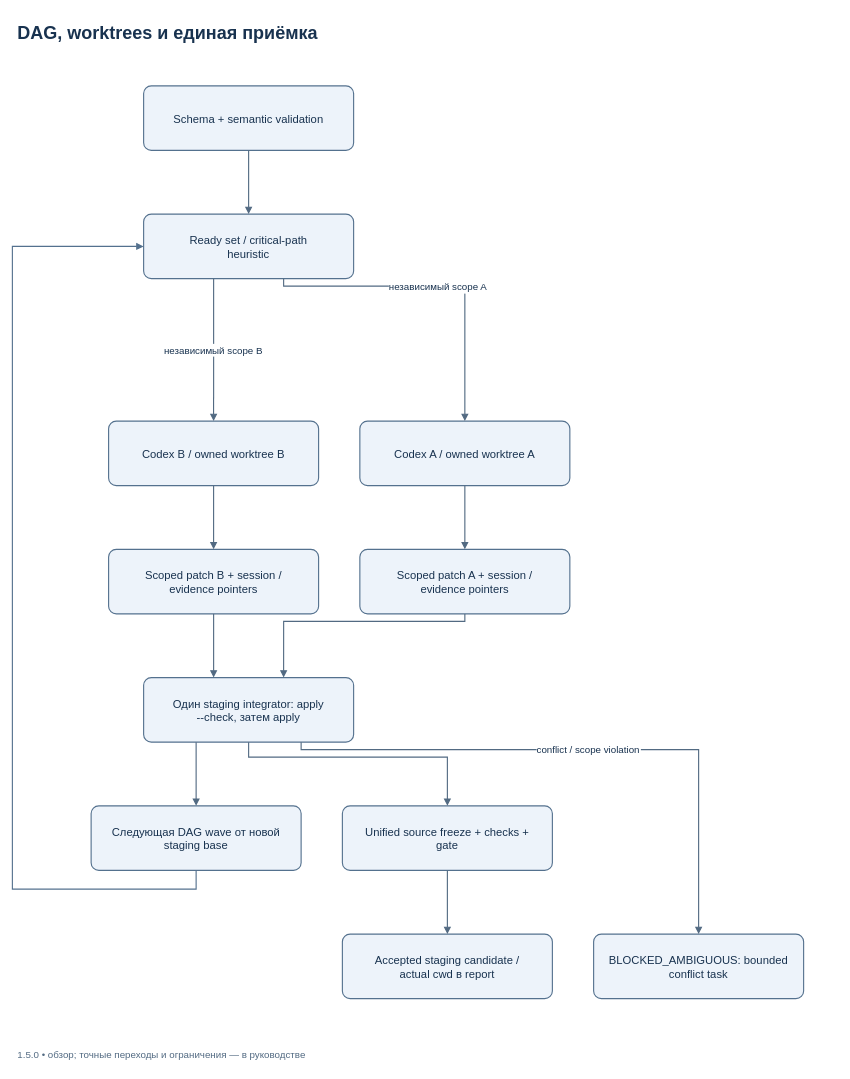
Before: docs/diagrams/managed-worktrees.drawio in SUKUNA-AI/agent-harness, a draw.io diagram. Source tidied: cells renumbered, new cells numbered last; positions are measured from the earlier drawing's top-left corner, leaving out a move shared by most shapes. Both pictures are drawn from the tidied source at 75%, with x=0, y=0 at pixel (12, 12).
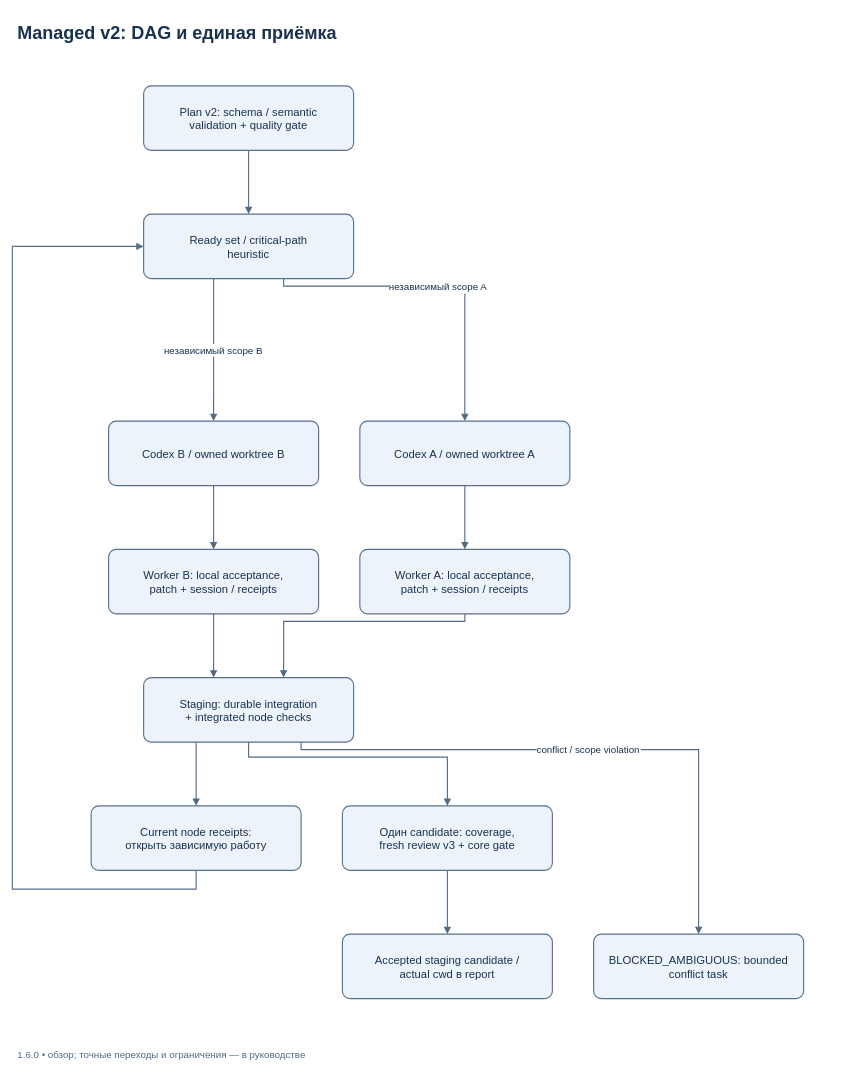
After the change.

What changed in the source:
```diff
@@
-    <mxCell id="2" value="DAG, worktrees и единая приёмка" style="text;html=0;align=left;verticalAlign=middle;fontFamily=Arial;fontSize=24;fontStyle=1;fontColor=#18324F;whiteSpace=nowrap;" parent="1" vertex="1">
+    <mxCell id="2" value="Managed v2: DAG и единая приёмка" style="text;html=0;align=left;verticalAlign=middle;fontFamily=Arial;fontSize=24;fontStyle=1;fontColor=#18324F;whiteSpace=nowrap;" parent="1" vertex="1">
       <mxGeometry x="5" width="1095" height="50" as="geometry" />
     </mxCell>
-    <mxCell id="3" value="Schema + semantic validation" style="rounded=1;arcSize=12;whiteSpace=nowrap;html=0;align=center;verticalAlign=middle;fontFamily=Arial;fontSize=15;spacing=12;strokeWidth=1.5;strokeColor=#54718E;fillColor=#EDF3FA;fontColor=#18324F;" parent="1" vertex="1">
+    <mxCell id="3" value="Plan v2: schema / semantic&#10;validation + quality gate" style="rounded=1;arcSize=12;whiteSpace=nowrap;html=0;align=center;verticalAlign=middle;fontFamily=Arial;fontSize=15;spacing=12;strokeWidth=1.5;strokeColor=#54718E;fillColor=#EDF3FA;fontColor=#18324F;" parent="1" vertex="1">
       <mxGeometry x="175" y="98" width="280" height="86" as="geometry" />
     </mxCell>
@@
-    <mxCell id="7" value="Scoped patch A + session /&#10;evidence pointers" style="rounded=1;arcSize=12;whiteSpace=nowrap;html=0;align=center;verticalAlign=middle;fontFamily=Arial;fontSize=15;spacing=12;strokeWidth=1.5;strokeColor=#54718E;fillColor=#EDF3FA;fontColor=#18324F;" parent="1" vertex="1">
+    <mxCell id="7" value="Worker A: local acceptance,&#10;patch + session / receipts" style="rounded=1;arcSize=12;whiteSpace=nowrap;html=0;align=center;verticalAlign=middle;fontFamily=Arial;fontSize=15;spacing=12;strokeWidth=1.5;strokeColor=#54718E;fillColor=#EDF3FA;fontColor=#18324F;" parent="1" vertex="1">
       <mxGeometry x="463.3" y="716" width="280" height="86" as="geometry" />
     </mxCell>
-    <mxCell id="8" value="Scoped patch B + session /&#10;evidence pointers" style="rounded=1;arcSize=12;whiteSpace=nowrap;html=0;align=center;verticalAlign=middle;fontFamily=Arial;fontSize=15;spacing=12;strokeWidth=1.5;strokeColor=#54718E;fillColor=#EDF3FA;fontColor=#18324F;" parent="1" vertex="1">
+    <mxCell id="8" value="Worker B: local acceptance,&#10;patch + session / receipts" style="rounded=1;arcSize=12;whiteSpace=nowrap;html=0;align=center;verticalAlign=middle;fontFamily=Arial;fontSize=15;spacing=12;strokeWidth=1.5;strokeColor=#54718E;fillColor=#EDF3FA;fontColor=#18324F;" parent="1" vertex="1">
       <mxGeometry x="128.3" y="716" width="280" height="86" as="geometry" />
     </mxCell>
-    <mxCell id="9" value="Один staging integrator: apply&#10;--check, затем apply" style="rounded=1;arcSize=12;whiteSpace=nowrap;html=0;align=center;verticalAlign=middle;fontFamily=Arial;fontSize=15;spacing=12;strokeWidth=1.5;strokeColor=#54718E;fillColor=#EDF3FA;fontColor=#18324F;" parent="1" vertex="1">
+    <mxCell id="9" value="Staging: durable integration&#10;+ integrated node checks" style="rounded=1;arcSize=12;whiteSpace=nowrap;html=0;align=center;verticalAlign=middle;fontFamily=Arial;fontSize=15;spacing=12;strokeWidth=1.5;strokeColor=#54718E;fillColor=#EDF3FA;fontColor=#18324F;" parent="1" vertex="1">
       <mxGeometry x="175" y="887" width="280" height="86" as="geometry" />
     </mxCell>
-    <mxCell id="10" value="Следующая DAG wave от новой&#10;staging base" style="rounded=1;arcSize=12;whiteSpace=nowrap;html=0;align=center;verticalAlign=middle;fontFamily=Arial;fontSize=15;spacing=12;strokeWidth=1.5;strokeColor=#54718E;fillColor=#EDF3FA;fontColor=#18324F;" parent="1" vertex="1">
+    <mxCell id="10" value="Current node receipts:&#10;открыть зависимую работу" style="rounded=1;arcSize=12;whiteSpace=nowrap;html=0;align=center;verticalAlign=middle;fontFamily=Arial;fontSize=15;spacing=12;strokeWidth=1.5;strokeColor=#54718E;fillColor=#EDF3FA;fontColor=#18324F;" parent="1" vertex="1">
       <mxGeometry x="105" y="1058" width="280" height="86" as="geometry" />
     </mxCell>
-    <mxCell id="11" value="Unified source freeze + checks +&#10;gate" style="rounded=1;arcSize=12;whiteSpace=nowrap;html=0;align=center;verticalAlign=middle;fontFamily=Arial;fontSize=15;spacing=12;strokeWidth=1.5;strokeColor=#54718E;fillColor=#EDF3FA;fontColor=#18324F;" parent="1" vertex="1">
+    <mxCell id="11" value="Один candidate: coverage,&#10;fresh review v3 + core gate" style="rounded=1;arcSize=12;whiteSpace=nowrap;html=0;align=center;verticalAlign=middle;fontFamily=Arial;fontSize=15;spacing=12;strokeWidth=1.5;strokeColor=#54718E;fillColor=#EDF3FA;fontColor=#18324F;" parent="1" vertex="1">
       <mxGeometry x="440" y="1058" width="280" height="86" as="geometry" />
     </mxCell>
@@
-    <mxCell id="26" value="1.5.0 • обзор; точные переходы и ограничения — в руководстве" style="text;html=0;align=left;fontFamily=Arial;fontSize=13;fontColor=#526A82;" parent="1" vertex="1">
+    <mxCell id="26" value="1.6.0 • обзор; точные переходы и ограничения — в руководстве" style="text;html=0;align=left;fontFamily=Arial;fontSize=13;fontColor=#526A82;" parent="1" vertex="1">
       <mxGeometry x="5" y="1375" width="1095" height="30" as="geometry" />
     </mxCell>
```
